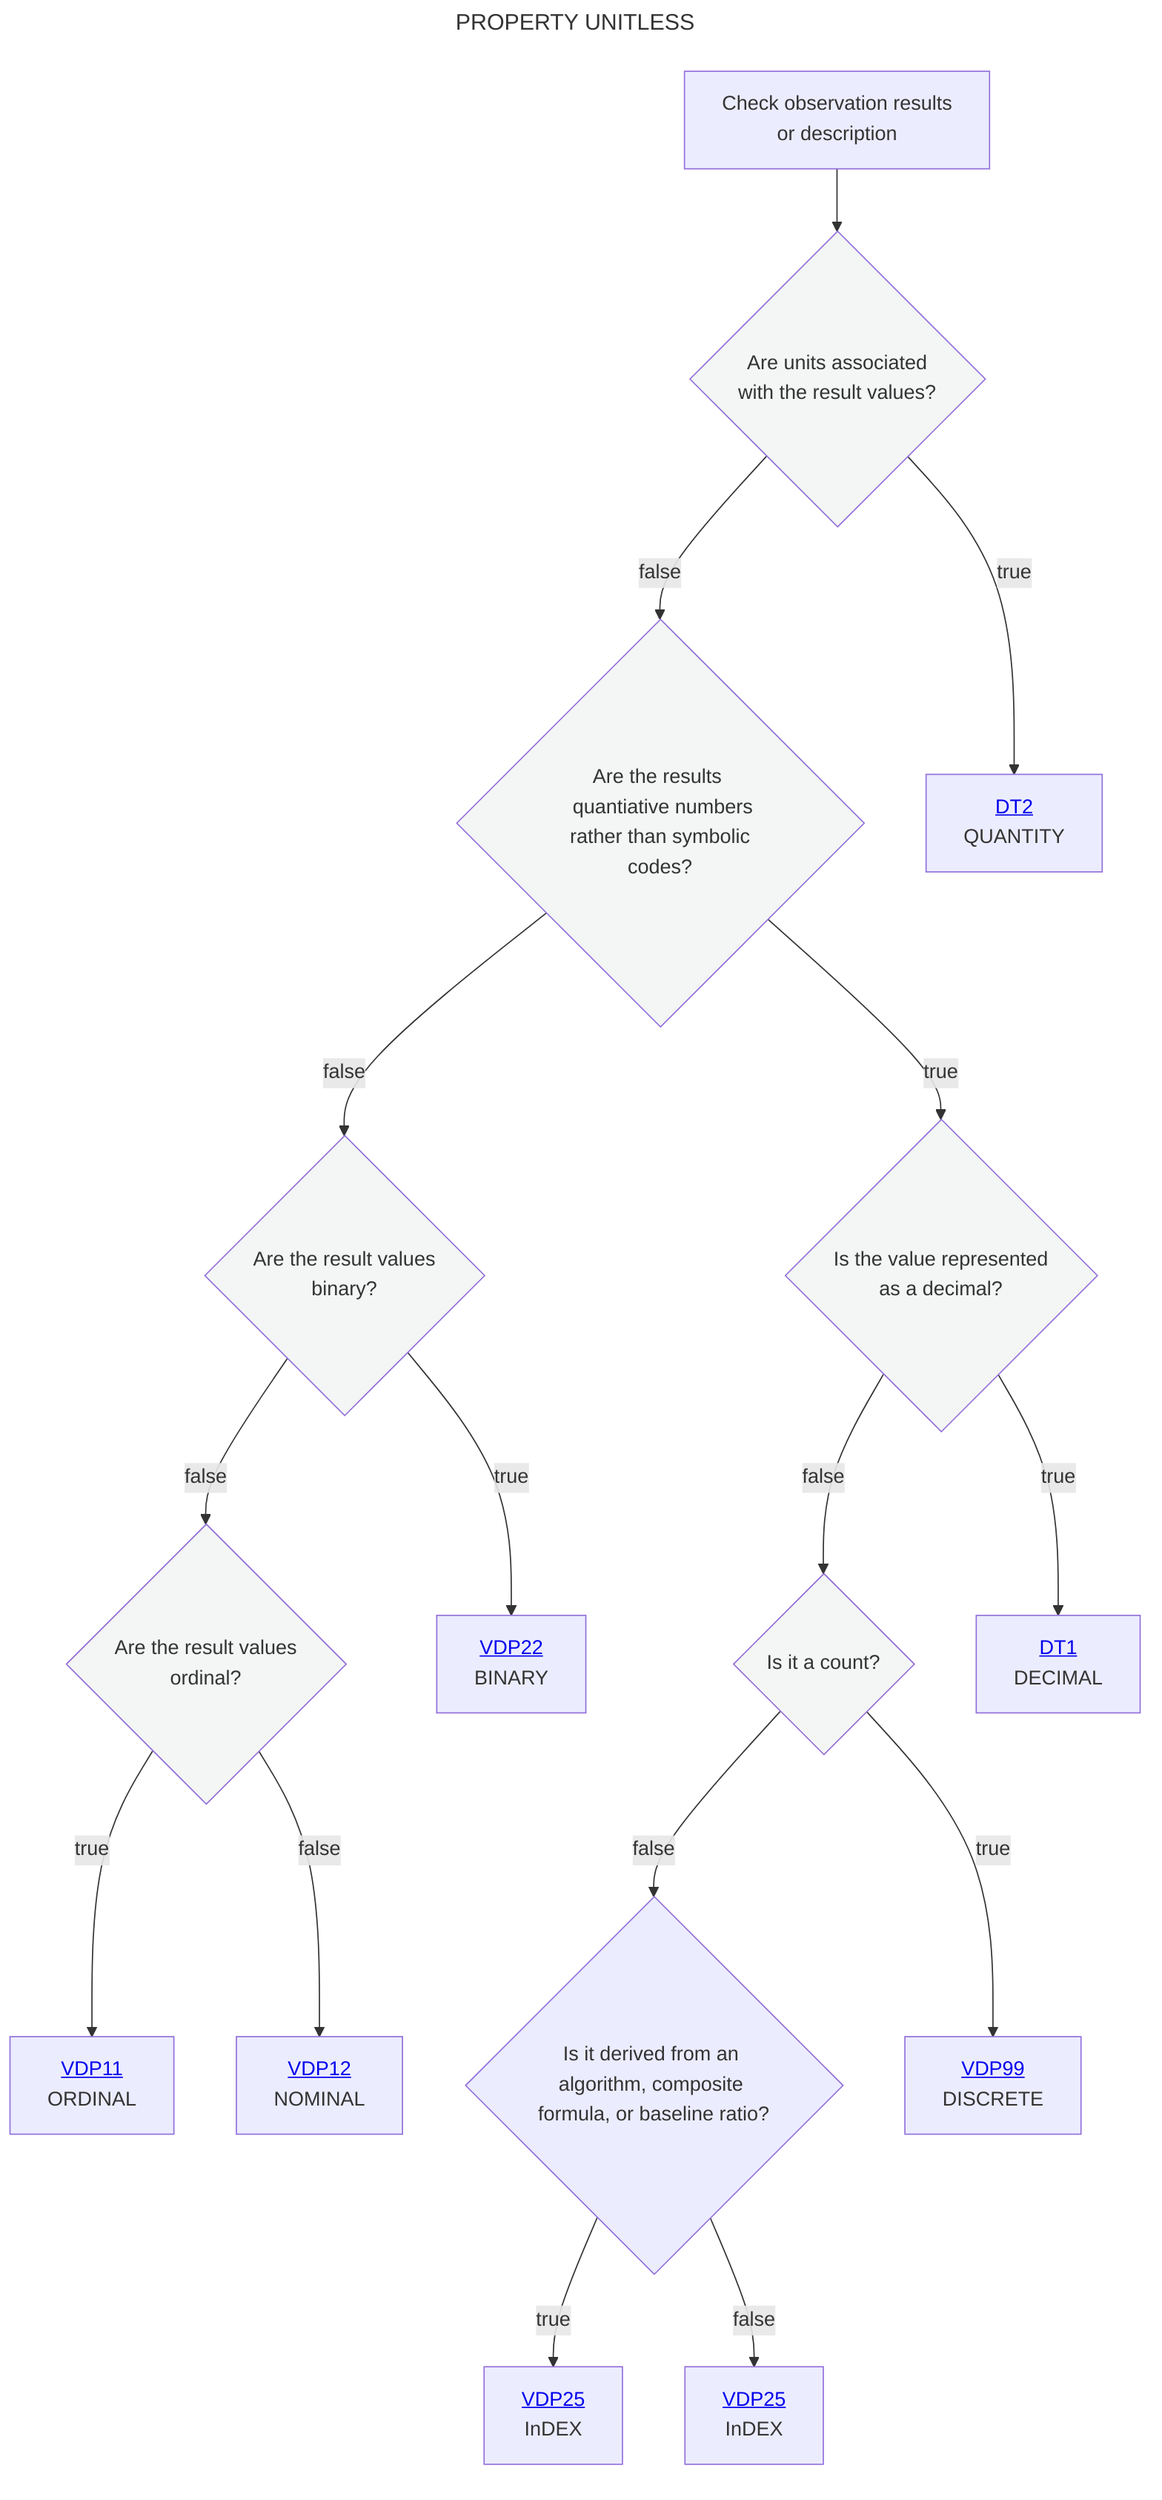
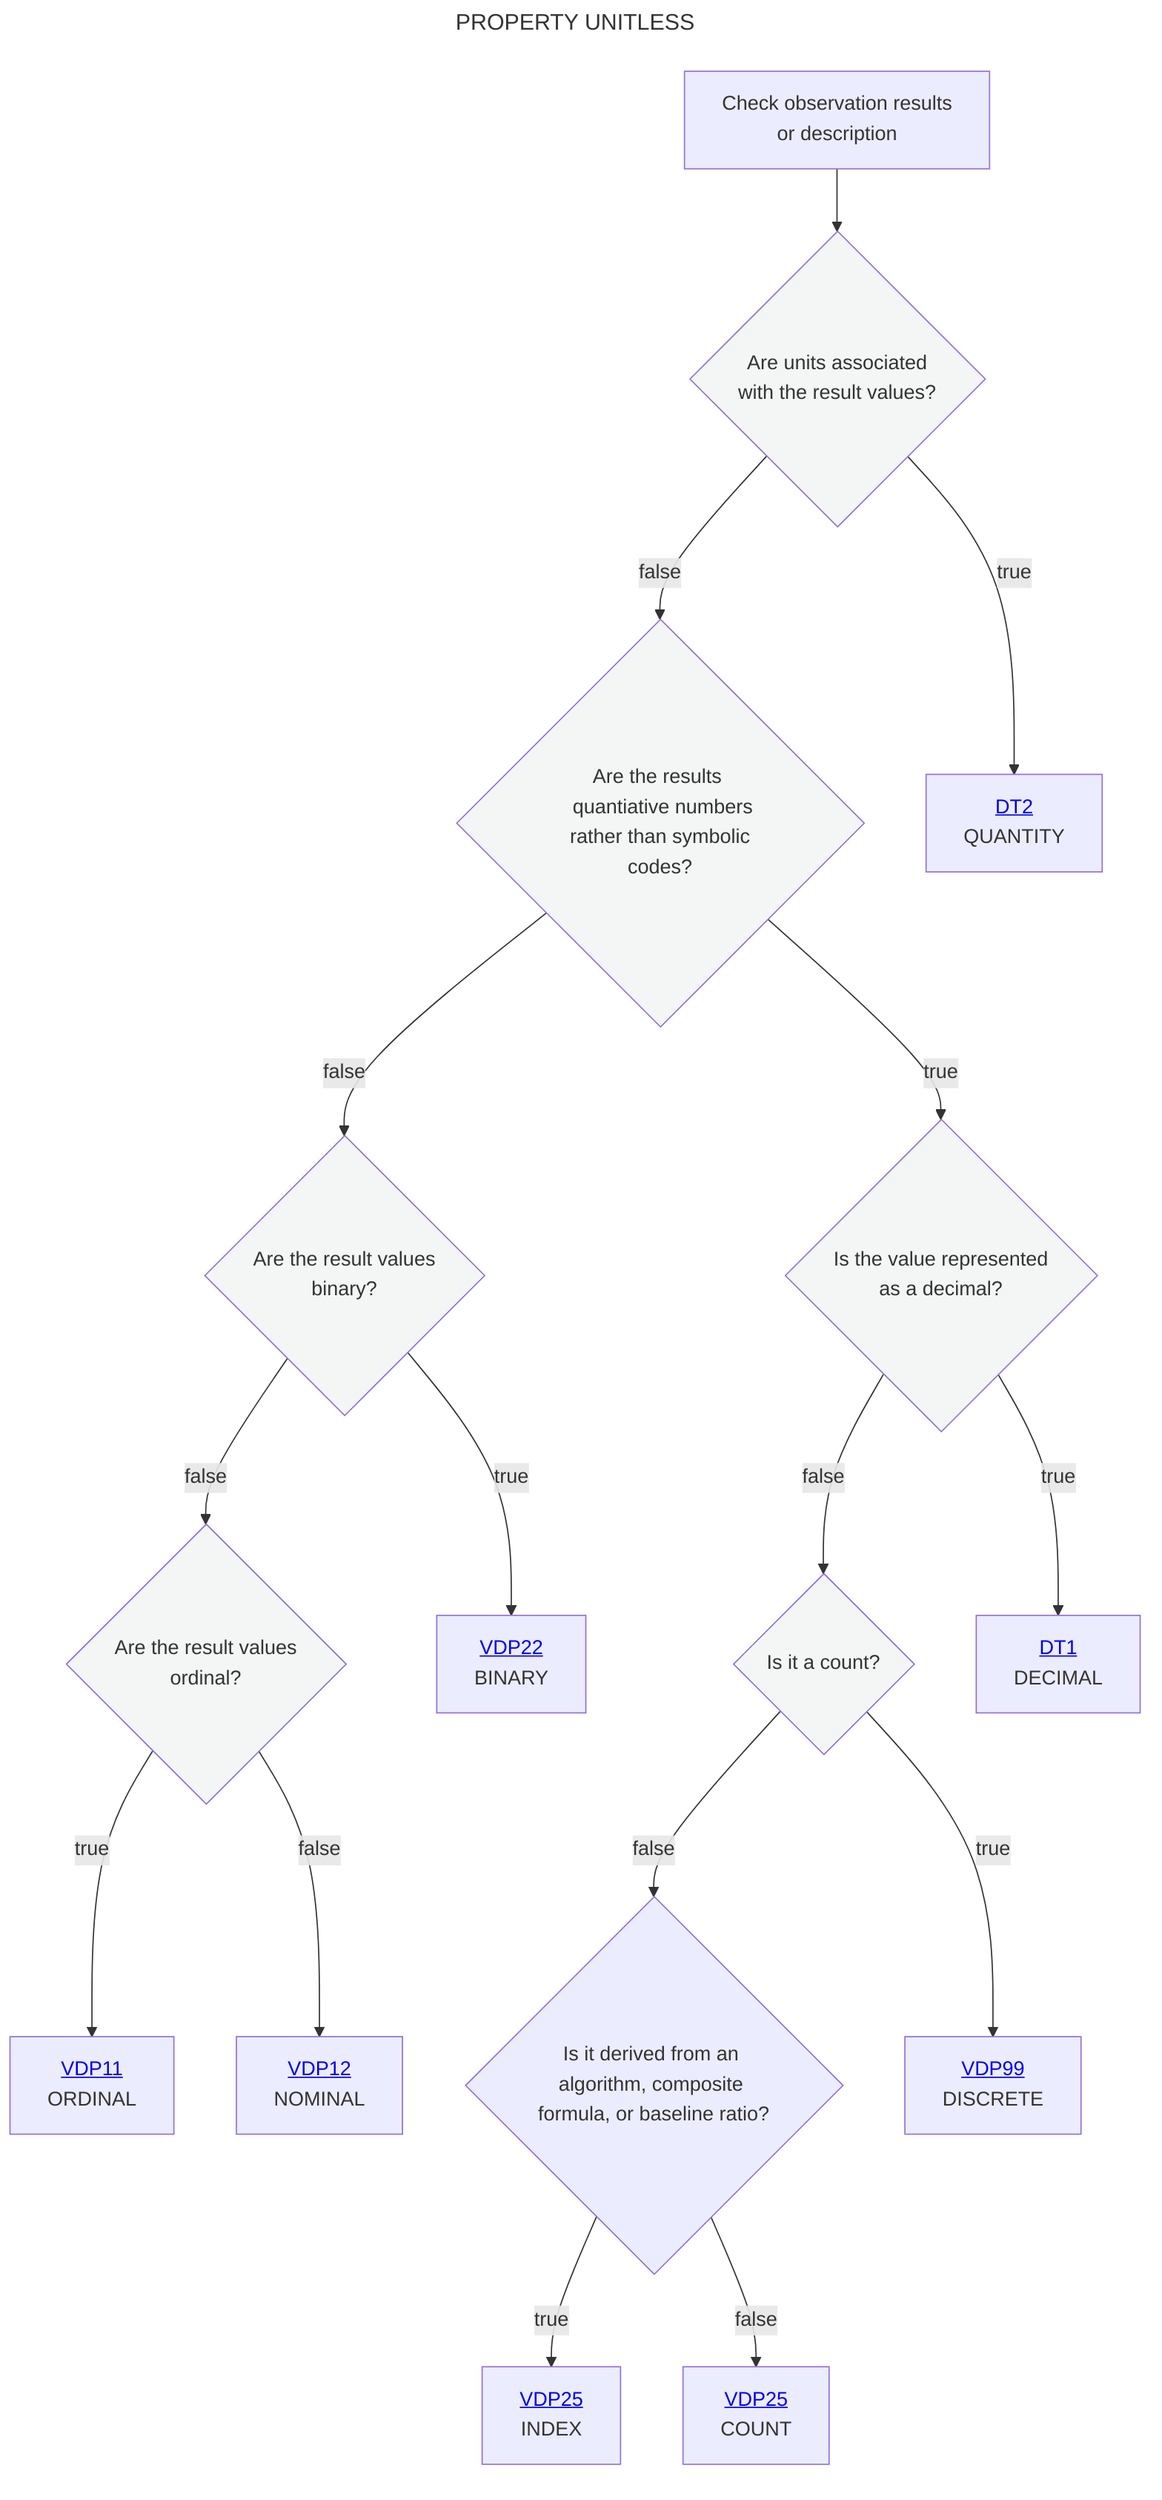
---
title: PROPERTY UNITLESS
---
flowchart TD
    A[Check observation results <br> or description] --> B{Are units associated <br> with the result values?}:::white
    B --> |false|C{Are the results <br> quantiative numbers<br> rather than symbolic codes?}:::white
    B --> |true|D[<a href='https://github.com/mabablue/I-ADOPT-patterns-playground/blob/main/Decisition_trees/DT2.mmd'>DT2</a><br> QUANTITY]
    C --> |false|E{Are the result values <br> binary?}:::white
    C --> |true|G{Is the value represented <br> as a decimal?}:::white
    E --> |false|I{Are the result values <br> ordinal?}:::white
    G --> |false|H{Is it a count?}:::white
    H--> |false|N{Is it derived from an algorithm, composite formula, or baseline ratio?}
-     N --> |true|O[<a href='https://github.com/mabablue/I-ADOPT-patterns-playground/blob/main/pattern/VDP24.yaml'>VDP25</a><br> InDEX]
-     N --> |false|P[<a href='https://github.com/mabablue/I-ADOPT-patterns-playground/blob/main/pattern/VDP24.yaml'>VDP25</a><br> InDEX]
+     N --> |true|O[<a href='https://github.com/mabablue/I-ADOPT-patterns-playground/blob/main/pattern/VDP24.yaml'>VDP25</a><br> INDEX]
+     N --> |false|P[<a href='https://github.com/mabablue/I-ADOPT-patterns-playground/blob/main/pattern/VDP24.yaml'>VDP25</a><br> COUNT]
    H --> |true|M[<a href='https://github.com/mabablue/I-ADOPT-patterns-playground/blob/main/pattern/VDP24.yaml'>VDP99</a><br> DISCRETE]
    I --> |true|J[<a href='https://github.com/mabablue/I-ADOPT-patterns-playground/blob/main/pattern/VDP11.yaml'>VDP11</a><br> ORDINAL]
    I --> |false|K[<a href='https://github.com/mabablue/I-ADOPT-patterns-playground/blob/main/pattern/VDP12.yaml'>VDP12</a><br> NOMINAL]
    E --> |true|F[<a href='https://github.com/mabablue/I-ADOPT-patterns-playground/blob/main/pattern/VDP22.yaml'>VDP22</a><br> BINARY]
    G --> |true|L[<a href='https://github.com/mabablue/I-ADOPT-patterns-playground/blob/main/Decisition_trees/DT1.mmd'>DT1</a><br> DECIMAL]
   classDef blue fill:#90D5FF
   classDef satblue fill:#57B9FF
   classDef white fill:#f3f6f4
   classDef green fill:#6aa84f
